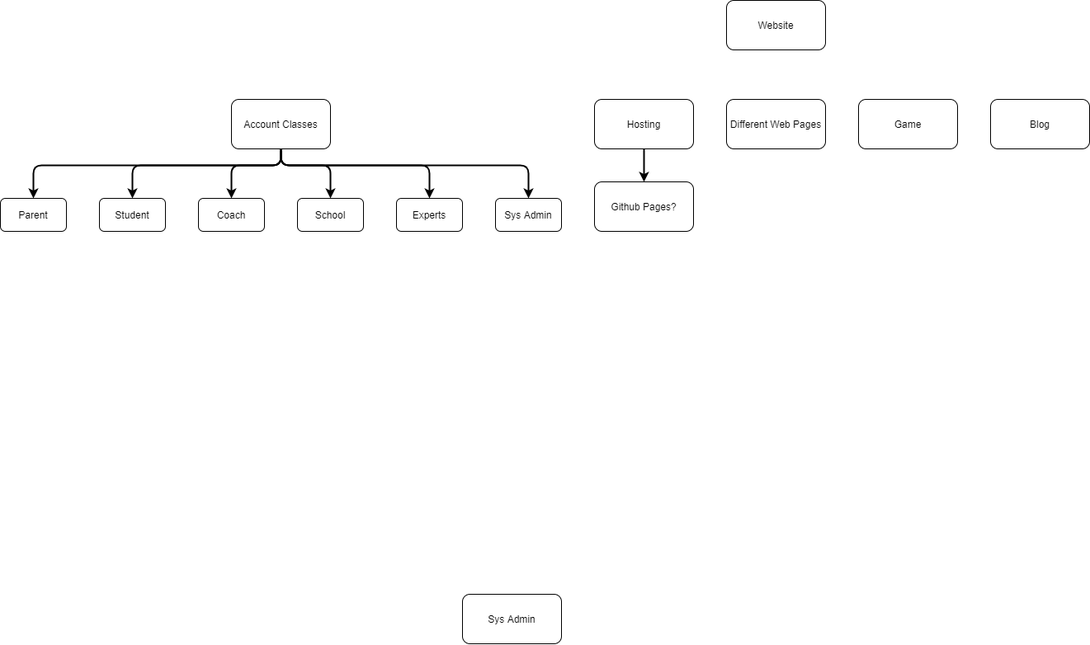
Hanandrof/Group-3-Repository keeps this draw.io diagram as Deliverables/Week_5/Work Breakdown Structure.png. Above is the earlier version. Source tidied: cells renumbered, new cells last; positions are measured from the earlier drawing's top-left corner, leaving out a move shared by most shapes.
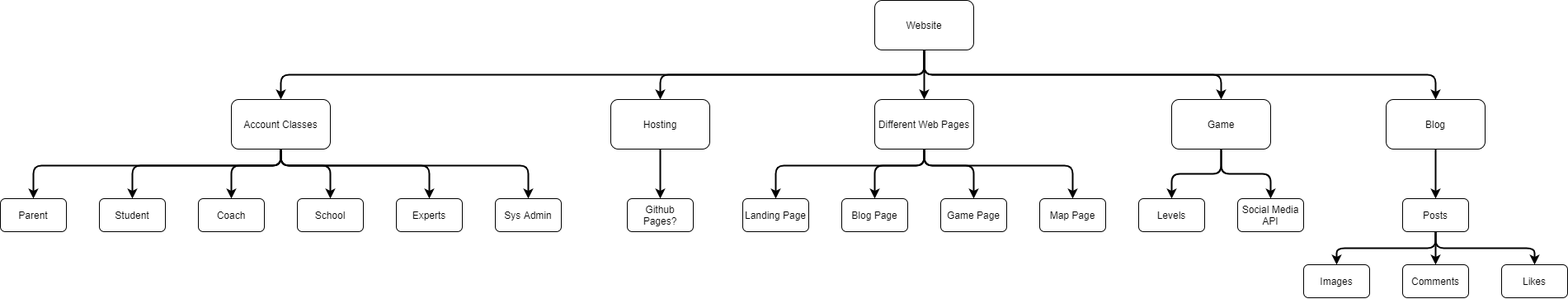
Above is the later version.

What changed in the source:
```diff
@@ -2,8 +2,43 @@
   <root>
     <mxCell id="0" />
     <mxCell id="1" parent="0" />
+    <mxCell id="23" style="edgeStyle=orthogonalEdgeStyle;rounded=1;jettySize=auto;html=1;strokeWidth=2;" parent="1" edge="1" source="2" target="9">
+      <mxGeometry relative="1" as="geometry">
+        <Array as="points">
+          <mxPoint x="1120" y="90" />
+          <mxPoint x="340" y="90" />
+        </Array>
+      </mxGeometry>
+    </mxCell>
+    <mxCell id="24" style="edgeStyle=orthogonalEdgeStyle;rounded=1;jettySize=auto;html=1;strokeWidth=2;" parent="1" edge="1" source="2" target="11">
+      <mxGeometry relative="1" as="geometry">
+        <Array as="points">
+          <mxPoint x="1120" y="90" />
+          <mxPoint x="800" y="90" />
+        </Array>
+      </mxGeometry>
+    </mxCell>
+    <mxCell id="25" style="edgeStyle=orthogonalEdgeStyle;rounded=1;jettySize=auto;html=1;entryX=0.5;entryY=0;entryDx=0;entryDy=0;strokeWidth=2;" parent="1" edge="1" source="2" target="12">
+      <mxGeometry relative="1" as="geometry" />
+    </mxCell>
+    <mxCell id="26" style="edgeStyle=orthogonalEdgeStyle;rounded=1;jettySize=auto;html=1;strokeWidth=2;" parent="1" edge="1" source="2" target="13">
+      <mxGeometry relative="1" as="geometry">
+        <Array as="points">
+          <mxPoint x="1120" y="90" />
+          <mxPoint x="1480" y="90" />
+        </Array>
+      </mxGeometry>
+    </mxCell>
+    <mxCell id="27" style="edgeStyle=orthogonalEdgeStyle;rounded=1;jettySize=auto;html=1;strokeWidth=2;" parent="1" edge="1" source="2" target="14">
+      <mxGeometry relative="1" as="geometry">
+        <Array as="points">
+          <mxPoint x="1120" y="90" />
+          <mxPoint x="1740" y="90" />
+        </Array>
+      </mxGeometry>
+    </mxCell>
     <mxCell id="2" value="Website" style="rounded=1;whiteSpace=wrap;html=1;" parent="1" vertex="1">
-      <mxGeometry x="880" width="120" height="60" as="geometry" />
+      <mxGeometry x="1060" width="120" height="60" as="geometry" />
     </mxCell>
     <mxCell id="3" style="edgeStyle=orthogonalEdgeStyle;jettySize=auto;html=1;entryX=0.5;entryY=0;entryDx=0;entryDy=0;strokeWidth=2;rounded=1;" parent="1" edge="1" source="9" target="15">
       <mxGeometry relative="1" as="geometry">
@@ -60,16 +95,57 @@
       <mxGeometry relative="1" as="geometry" />
     </mxCell>
     <mxCell id="11" value="Hosting" style="rounded=1;whiteSpace=wrap;html=1;" parent="1" vertex="1">
-      <mxGeometry x="720" y="120" width="120" height="60" as="geometry" />
+      <mxGeometry x="740" y="120" width="120" height="60" as="geometry" />
     </mxCell>
+    <mxCell id="28" style="edgeStyle=orthogonalEdgeStyle;rounded=1;jettySize=auto;html=1;entryX=0.5;entryY=0;entryDx=0;entryDy=0;strokeWidth=2;" parent="1" edge="1" source="12" target="35">
+      <mxGeometry relative="1" as="geometry">
+        <Array as="points">
+          <mxPoint x="1120" y="200" />
+          <mxPoint x="940" y="200" />
+        </Array>
+      </mxGeometry>
+    </mxCell>
+    <mxCell id="29" style="edgeStyle=orthogonalEdgeStyle;rounded=1;jettySize=auto;html=1;entryX=0.5;entryY=0;entryDx=0;entryDy=0;strokeWidth=2;" parent="1" edge="1" source="12" target="37">
+      <mxGeometry relative="1" as="geometry">
+        <Array as="points">
+          <mxPoint x="1120" y="200" />
+          <mxPoint x="1060" y="200" />
+        </Array>
+      </mxGeometry>
+    </mxCell>
+    <mxCell id="30" style="edgeStyle=orthogonalEdgeStyle;rounded=1;jettySize=auto;html=1;entryX=0.5;entryY=0;entryDx=0;entryDy=0;strokeWidth=2;" parent="1" edge="1" source="12" target="36">
+      <mxGeometry relative="1" as="geometry">
+        <Array as="points">
+          <mxPoint x="1120" y="200" />
+          <mxPoint x="1180" y="200" />
+        </Array>
+      </mxGeometry>
+    </mxCell>
+    <mxCell id="31" style="edgeStyle=orthogonalEdgeStyle;rounded=1;jettySize=auto;html=1;entryX=0.5;entryY=0;entryDx=0;entryDy=0;strokeWidth=2;" parent="1" edge="1" source="12" target="38">
+      <mxGeometry relative="1" as="geometry">
+        <Array as="points">
+          <mxPoint x="1120" y="200" />
+          <mxPoint x="1300" y="200" />
+        </Array>
+      </mxGeometry>
+    </mxCell>
     <mxCell id="12" value="Different Web Pages" style="rounded=1;whiteSpace=wrap;html=1;" parent="1" vertex="1">
-      <mxGeometry x="880" y="120" width="120" height="60" as="geometry" />
+      <mxGeometry x="1060" y="120" width="120" height="60" as="geometry" />
     </mxCell>
+    <mxCell id="32" style="edgeStyle=orthogonalEdgeStyle;rounded=1;jettySize=auto;html=1;entryX=0.5;entryY=0;entryDx=0;entryDy=0;strokeWidth=2;" parent="1" edge="1" source="13" target="39">
+      <mxGeometry relative="1" as="geometry" />
+    </mxCell>
+    <mxCell id="33" style="edgeStyle=orthogonalEdgeStyle;rounded=1;jettySize=auto;html=1;entryX=0.5;entryY=0;entryDx=0;entryDy=0;strokeWidth=2;" parent="1" edge="1" source="13" target="40">
+      <mxGeometry relative="1" as="geometry" />
+    </mxCell>
     <mxCell id="13" value="Game" style="rounded=1;whiteSpace=wrap;html=1;" parent="1" vertex="1">
-      <mxGeometry x="1040" y="120" width="120" height="60" as="geometry" />
+      <mxGeometry x="1420" y="120" width="120" height="60" as="geometry" />
     </mxCell>
+    <mxCell id="34" style="edgeStyle=orthogonalEdgeStyle;rounded=1;jettySize=auto;html=1;strokeWidth=2;" parent="1" edge="1" source="14" target="44">
+      <mxGeometry relative="1" as="geometry" />
+    </mxCell>
     <mxCell id="14" value="Blog" style="rounded=1;whiteSpace=wrap;html=1;" parent="1" vertex="1">
-      <mxGeometry x="1200" y="120" width="120" height="60" as="geometry" />
+      <mxGeometry x="1680" y="120" width="120" height="60" as="geometry" />
     </mxCell>
     <mxCell id="15" value="Parent" style="rounded=1;whiteSpace=wrap;html=1;" parent="1" vertex="1">
       <mxGeometry y="240" width="80" height="40" as="geometry" />
@@ -86,14 +162,60 @@
     <mxCell id="19" value="Experts" style="rounded=1;whiteSpace=wrap;html=1;" parent="1" vertex="1">
       <mxGeometry x="480" y="240" width="80" height="40" as="geometry" />
     </mxCell>
-    <mxCell id="20" value="Sys Admin" style="rounded=1;whiteSpace=wrap;html=1;" parent="1" vertex="1">
-      <mxGeometry x="560" y="720" width="120" height="60" as="geometry" />
-    </mxCell>
     <mxCell id="21" value="Sys Admin" style="rounded=1;whiteSpace=wrap;html=1;" parent="1" vertex="1">
       <mxGeometry x="600" y="240" width="80" height="40" as="geometry" />
     </mxCell>
     <mxCell id="22" value="Github Pages?" style="rounded=1;whiteSpace=wrap;html=1;" parent="1" vertex="1">
-      <mxGeometry x="720" y="220" width="120" height="60" as="geometry" />
+      <mxGeometry x="760" y="240" width="80" height="40" as="geometry" />
     </mxCell>
+    <mxCell id="35" value="Landing Page" style="rounded=1;whiteSpace=wrap;html=1;" parent="1" vertex="1">
+      <mxGeometry x="900" y="240" width="80" height="40" as="geometry" />
+    </mxCell>
+    <mxCell id="36" value="Game Page" style="rounded=1;whiteSpace=wrap;html=1;" parent="1" vertex="1">
+      <mxGeometry x="1140" y="240" width="80" height="40" as="geometry" />
+    </mxCell>
+    <mxCell id="37" value="Blog Page" style="rounded=1;whiteSpace=wrap;html=1;" parent="1" vertex="1">
+      <mxGeometry x="1020" y="240" width="80" height="40" as="geometry" />
+    </mxCell>
+    <mxCell id="38" value="Map Page" style="rounded=1;whiteSpace=wrap;html=1;" parent="1" vertex="1">
+      <mxGeometry x="1260" y="240" width="80" height="40" as="geometry" />
+    </mxCell>
+    <mxCell id="39" value="Levels" style="rounded=1;whiteSpace=wrap;html=1;" parent="1" vertex="1">
+      <mxGeometry x="1380" y="240" width="80" height="40" as="geometry" />
+    </mxCell>
+    <mxCell id="40" value="Social Media API" style="rounded=1;whiteSpace=wrap;html=1;" parent="1" vertex="1">
+      <mxGeometry x="1500" y="240" width="80" height="40" as="geometry" />
+    </mxCell>
+    <mxCell id="41" style="edgeStyle=orthogonalEdgeStyle;rounded=1;jettySize=auto;html=1;entryX=0.5;entryY=0;entryDx=0;entryDy=0;strokeWidth=2;" parent="1" edge="1" source="44" target="45">
+      <mxGeometry relative="1" as="geometry">
+        <Array as="points">
+          <mxPoint x="1740" y="300" />
+          <mxPoint x="1620" y="300" />
+        </Array>
+      </mxGeometry>
+    </mxCell>
+    <mxCell id="42" style="edgeStyle=orthogonalEdgeStyle;rounded=1;jettySize=auto;html=1;entryX=0.5;entryY=0;entryDx=0;entryDy=0;strokeWidth=2;" parent="1" edge="1" source="44" target="46">
+      <mxGeometry relative="1" as="geometry" />
+    </mxCell>
+    <mxCell id="43" style="edgeStyle=orthogonalEdgeStyle;rounded=1;jettySize=auto;html=1;strokeWidth=2;" parent="1" edge="1" source="44" target="47">
+      <mxGeometry relative="1" as="geometry">
+        <Array as="points">
+          <mxPoint x="1740" y="300" />
+          <mxPoint x="1860" y="300" />
+        </Array>
+      </mxGeometry>
+    </mxCell>
+    <mxCell id="44" value="Posts" style="rounded=1;whiteSpace=wrap;html=1;" parent="1" vertex="1">
+      <mxGeometry x="1700" y="240" width="80" height="40" as="geometry" />
+    </mxCell>
+    <mxCell id="45" value="Images" style="rounded=1;whiteSpace=wrap;html=1;" parent="1" vertex="1">
+      <mxGeometry x="1580" y="320" width="80" height="40" as="geometry" />
+    </mxCell>
+    <mxCell id="46" value="Comments" style="rounded=1;whiteSpace=wrap;html=1;" parent="1" vertex="1">
+      <mxGeometry x="1700" y="320" width="80" height="40" as="geometry" />
+    </mxCell>
+    <mxCell id="47" value="Likes" style="rounded=1;whiteSpace=wrap;html=1;" parent="1" vertex="1">
+      <mxGeometry x="1820" y="320" width="80" height="40" as="geometry" />
+    </mxCell>
   </root>
 </mxGraphModel>
```
